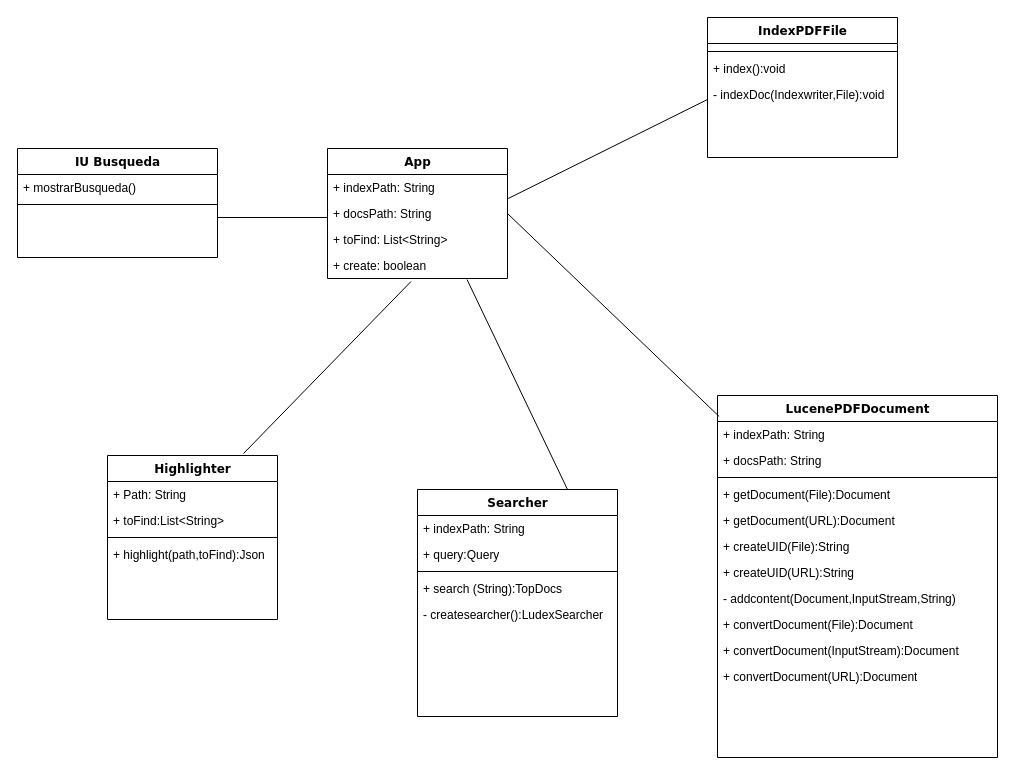
DptoSIC/BuscaBOD keeps this draw.io diagram as Sprint 1/DIAGRAMA DE CLASES.drawio. Above is the earlier version. Source tidied: cells renumbered, new cells numbered last; positions are measured from the earlier drawing's top-left corner, leaving out a move shared by most shapes. Both pictures are drawn from the tidied source at 100%, with x=0, y=0 at pixel (17, 17).
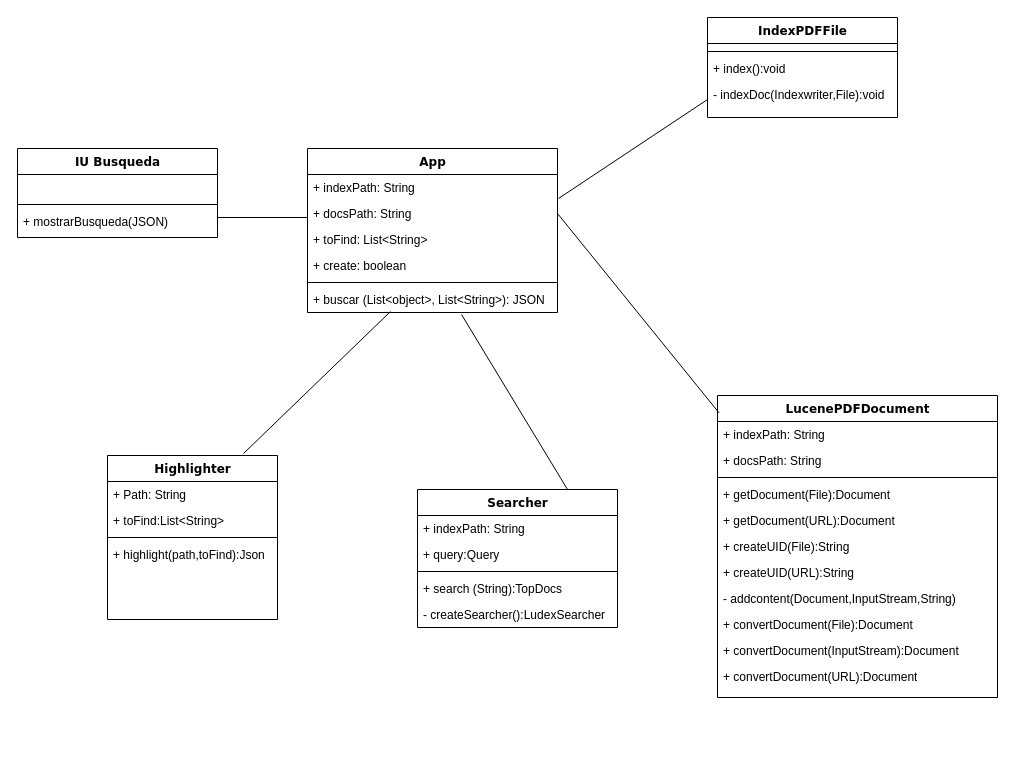
The same page after the edit.

The change refers to these unchanged cells:
```xml
<mxCell id="5" value="Highlighter" style="swimlane;html=1;fontStyle=1;align=center;verticalAlign=top;horizontal=1;startSize=26;swimlaneFillColor=#ffffff;rounded=0;shadow=0;comic=0;labelBackgroundColor=none;strokeColor=#000000;strokeWidth=1;fillColor=none;fontFamily=Verdana;fontSize=12;fontColor=#000000;" parent="1" vertex="1">
  <mxGeometry x="90" y="438" width="170" height="164" as="geometry" />
</mxCell>
```

The edit, as a diff of the source:
```diff
@@
     <mxCell id="2" value="IU Busqueda" style="swimlane;html=1;fontStyle=1;align=center;verticalAlign=top;horizontal=1;startSize=26;swimlaneFillColor=#ffffff;rounded=0;shadow=0;comic=0;labelBackgroundColor=none;strokeColor=#000000;strokeWidth=1;fillColor=none;fontFamily=Verdana;fontSize=12;fontColor=#000000;" parent="1" vertex="1">
-      <mxGeometry y="131" width="200" height="109" as="geometry" />
+      <mxGeometry y="131" width="200" height="89" as="geometry" />
     </mxCell>
-    <mxCell id="3" value="+ mostrarBusqueda()" style="text;html=1;strokeColor=none;fillColor=none;align=left;verticalAlign=top;spacingLeft=4;spacingRight=4;whiteSpace=wrap;overflow=hidden;" parent="2" vertex="1">
+    <mxCell id="3" value="&amp;nbsp;" style="text;html=1;strokeColor=none;fillColor=none;align=left;verticalAlign=top;spacingLeft=4;spacingRight=4;whiteSpace=wrap;overflow=hidden;" parent="2" vertex="1">
       <mxGeometry y="26" width="200" height="26" as="geometry" />
     </mxCell>
@@
+    <mxCell id="43" value="+ mostrarBusqueda(JSON)" style="text;html=1;strokeColor=none;fillColor=none;align=left;verticalAlign=top;spacingLeft=4;spacingRight=4;whiteSpace=wrap;overflow=hidden;" parent="2" vertex="1">
+      <mxGeometry y="60" width="200" height="26" as="geometry" />
+    </mxCell>
@@
     <mxCell id="10" value="App" style="swimlane;html=1;fontStyle=1;align=center;verticalAlign=top;horizontal=1;startSize=26;swimlaneFillColor=#ffffff;rounded=0;shadow=0;comic=0;labelBackgroundColor=none;strokeColor=#000000;strokeWidth=1;fillColor=none;fontFamily=Verdana;fontSize=12;fontColor=#000000;" parent="1" vertex="1">
-      <mxGeometry x="310" y="131" width="180" height="130" as="geometry" />
+      <mxGeometry x="290" y="131" width="250" height="164" as="geometry" />
     </mxCell>
     <mxCell id="11" value="+ indexPath: String" style="text;html=1;strokeColor=none;fillColor=none;align=left;verticalAlign=top;spacingLeft=4;spacingRight=4;whiteSpace=wrap;overflow=hidden;points=[[0,0.5],[1,0.5]];portConstraint=eastwest;" parent="10" vertex="1">
-      <mxGeometry y="26" width="180" height="26" as="geometry" />
+      <mxGeometry y="26" width="250" height="26" as="geometry" />
     </mxCell>
     <mxCell id="12" value="+ docsPath: String" style="text;html=1;strokeColor=none;fillColor=none;align=left;verticalAlign=top;spacingLeft=4;spacingRight=4;whiteSpace=wrap;overflow=hidden;points=[[0,0.5],[1,0.5]];portConstraint=eastwest;" parent="10" vertex="1">
-      <mxGeometry y="52" width="180" height="26" as="geometry" />
+      <mxGeometry y="52" width="250" height="26" as="geometry" />
     </mxCell>
     <mxCell id="13" value="+ toFind: List&amp;lt;String&amp;gt;&lt;br&gt;&lt;br&gt;" style="text;html=1;strokeColor=none;fillColor=none;align=left;verticalAlign=top;spacingLeft=4;spacingRight=4;whiteSpace=wrap;overflow=hidden;" parent="10" vertex="1">
-      <mxGeometry y="78" width="180" height="26" as="geometry" />
+      <mxGeometry y="78" width="250" height="26" as="geometry" />
     </mxCell>
     <mxCell id="14" value="+ create: boolean" style="text;html=1;strokeColor=none;fillColor=none;align=left;verticalAlign=top;spacingLeft=4;spacingRight=4;whiteSpace=wrap;overflow=hidden;points=[[0,0.5],[1,0.5]];portConstraint=eastwest;" parent="10" vertex="1">
-      <mxGeometry y="104" width="180" height="26" as="geometry" />
+      <mxGeometry y="104" width="250" height="26" as="geometry" />
     </mxCell>
+    <mxCell id="44" style="line;html=1;strokeWidth=1;fillColor=none;align=left;verticalAlign=middle;spacingTop=-1;spacingLeft=3;spacingRight=3;labelPosition=right;" parent="10" vertex="1">
+      <mxGeometry y="130" width="250" height="8" as="geometry" />
+    </mxCell>
+    <mxCell id="45" value="+ buscar (List&amp;lt;object&amp;gt;, List&amp;lt;String&amp;gt;): JSON" style="text;html=1;strokeColor=none;fillColor=none;align=left;verticalAlign=top;spacingLeft=4;spacingRight=4;whiteSpace=wrap;overflow=hidden;points=[[0,0.5],[1,0.5]];portConstraint=eastwest;" parent="10" vertex="1">
+      <mxGeometry y="138" width="250" height="26" as="geometry" />
+    </mxCell>
     <mxCell id="15" value="Searcher" style="swimlane;html=1;fontStyle=1;align=center;verticalAlign=top;horizontal=1;startSize=26;swimlaneFillColor=#ffffff;rounded=0;shadow=0;comic=0;labelBackgroundColor=none;strokeColor=#000000;strokeWidth=1;fillColor=none;fontFamily=Verdana;fontSize=12;fontColor=#000000;" parent="1" vertex="1">
-      <mxGeometry x="400" y="472" width="200" height="227" as="geometry" />
+      <mxGeometry x="400" y="472" width="200" height="138" as="geometry" />
     </mxCell>
@@
-    <mxCell id="20" value="- createsearcher():LudexSearcher" style="text;html=1;strokeColor=none;fillColor=none;align=left;verticalAlign=top;spacingLeft=4;spacingRight=4;whiteSpace=wrap;overflow=hidden;" parent="15" vertex="1">
+    <mxCell id="20" value="- createSearcher():LudexSearcher" style="text;html=1;strokeColor=none;fillColor=none;align=left;verticalAlign=top;spacingLeft=4;spacingRight=4;whiteSpace=wrap;overflow=hidden;" parent="15" vertex="1">
       <mxGeometry y="112" width="200" height="26" as="geometry" />
     </mxCell>
     <mxCell id="21" value="LucenePDFDocument" style="swimlane;html=1;fontStyle=1;align=center;verticalAlign=top;horizontal=1;startSize=26;swimlaneFillColor=#ffffff;rounded=0;shadow=0;comic=0;labelBackgroundColor=none;strokeColor=#000000;strokeWidth=1;fillColor=none;fontFamily=Verdana;fontSize=12;fontColor=#000000;" parent="1" vertex="1">
-      <mxGeometry x="700" y="378" width="280" height="362" as="geometry" />
+      <mxGeometry x="700" y="378" width="280" height="302" as="geometry" />
     </mxCell>
@@
     <mxCell id="33" value="IndexPDFFile" style="swimlane;html=1;fontStyle=1;align=center;verticalAlign=top;horizontal=1;startSize=26;swimlaneFillColor=#ffffff;rounded=0;shadow=0;comic=0;labelBackgroundColor=none;strokeColor=#000000;strokeWidth=1;fillColor=none;fontFamily=Verdana;fontSize=12;fontColor=#000000;" parent="1" vertex="1">
-      <mxGeometry x="690" width="190" height="140" as="geometry" />
+      <mxGeometry x="690" width="190" height="100" as="geometry" />
     </mxCell>
@@
-    <mxCell id="38" style="endArrow=none;html=1;entryX=0.464;entryY=1.115;entryDx=0;entryDy=0;entryPerimeter=0;exitX=0.8;exitY=-0.012;exitDx=0;exitDy=0;exitPerimeter=0;" parent="1" edge="1" source="5" target="14">
+    <mxCell id="38" style="endArrow=none;html=1;entryX=0.332;entryY=0.962;entryDx=0;entryDy=0;entryPerimeter=0;exitX=0.8;exitY=-0.012;exitDx=0;exitDy=0;exitPerimeter=0;" parent="1" edge="1" source="5" target="45">
       <mxGeometry relative="1" as="geometry" />
     </mxCell>
-    <mxCell id="39" style="endArrow=none;html=1;exitX=0.75;exitY=0;exitDx=0;exitDy=0;entryX=0.775;entryY=1.038;entryDx=0;entryDy=0;entryPerimeter=0;" parent="1" edge="1" source="15" target="14">
+    <mxCell id="39" style="endArrow=none;html=1;exitX=0.75;exitY=0;exitDx=0;exitDy=0;entryX=0.616;entryY=1.077;entryDx=0;entryDy=0;entryPerimeter=0;" parent="1" edge="1" source="15" target="45">
       <mxGeometry relative="1" as="geometry" />
     </mxCell>
```
